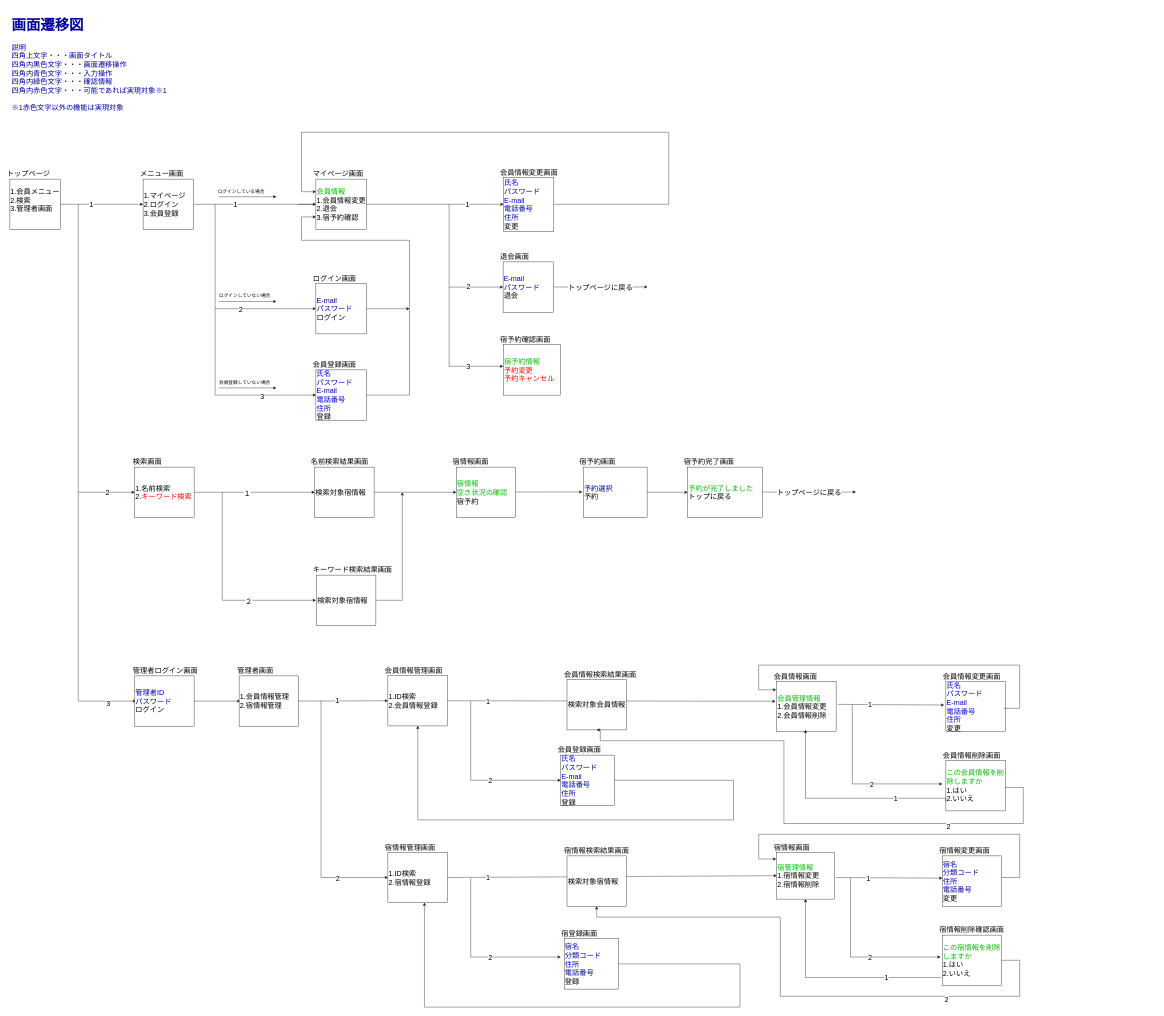
Before: 画面遷移/画面遷移図管理者視点.drawio in 2022java42-student006/document, a draw.io diagram. Source tidied: cells renumbered, new cells numbered last; positions are measured from the earlier drawing's top-left corner, leaving out a move shared by most shapes. Both pictures are drawn from the tidied source at 36%, with x=0, y=0 at pixel (6, 10).
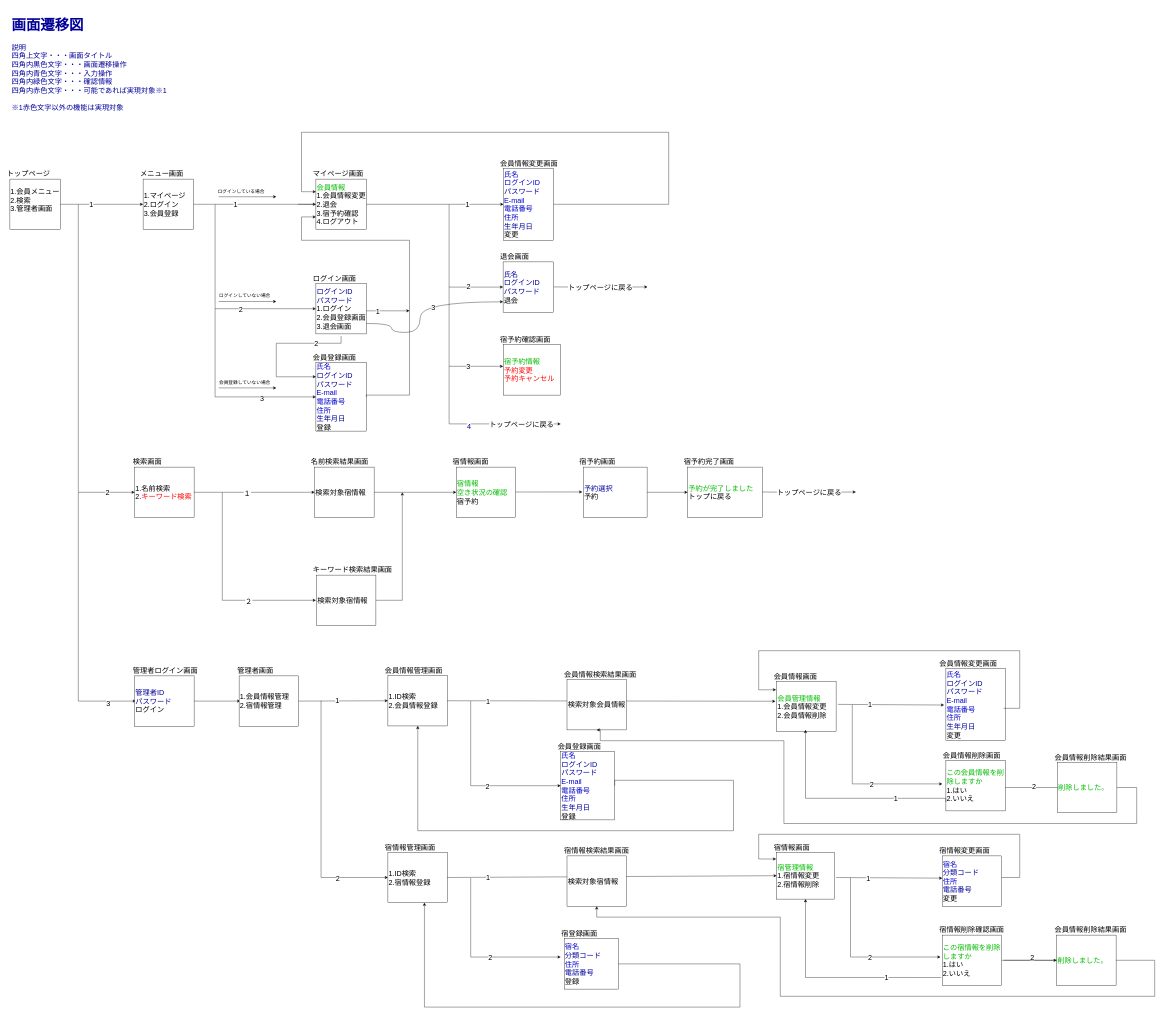
Above is the later version.

Commit message (it also covers changes not shown here):
画面遷移図ほぼ決定版

Unchanged cells that the change refers to:
```xml
<mxCell id="80" value="1.ID検索&lt;br&gt;2.会員情報登録" style="rounded=0;whiteSpace=wrap;html=1;fontSize=20;align=left;" parent="1" vertex="1">
  <mxGeometry x="1060" y="1849" width="165" height="140" as="geometry" />
</mxCell>
<mxCell id="104" value="検索対象宿情報" style="rounded=0;whiteSpace=wrap;html=1;fontSize=20;align=left;" parent="1" vertex="1">
  <mxGeometry x="1557.5" y="2350" width="165" height="140" as="geometry" />
</mxCell>
<mxCell id="106" value="検索対象会員情報" style="rounded=0;whiteSpace=wrap;html=1;fontSize=20;align=left;" parent="1" vertex="1">
  <mxGeometry x="1557.5" y="1860" width="165" height="140" as="geometry" />
</mxCell>
```

The edit, as a diff of the source:
```diff
@@
-    <mxCell id="19" value="&lt;font style=&quot;&quot; color=&quot;#0000cc&quot;&gt;氏名&lt;br&gt;&lt;/font&gt;&lt;font color=&quot;#000099&quot;&gt;パスワード&lt;/font&gt;&lt;br style=&quot;&quot;&gt;&lt;font style=&quot;&quot; color=&quot;#0000cc&quot;&gt;E-mail&lt;/font&gt;&lt;br style=&quot;&quot;&gt;&lt;font style=&quot;&quot; color=&quot;#0000cc&quot;&gt;電話番号&lt;/font&gt;&lt;br style=&quot;&quot;&gt;&lt;font style=&quot;&quot; color=&quot;#0000cc&quot;&gt;住所&lt;/font&gt;&lt;br style=&quot;&quot;&gt;登録" style="rounded=0;whiteSpace=wrap;html=1;fontSize=20;align=left;" parent="1" vertex="1">
-      <mxGeometry x="860" y="1000" width="140" height="140" as="geometry" />
+    <mxCell id="19" value="&lt;font style=&quot;&quot; color=&quot;#0000cc&quot;&gt;氏名&lt;br&gt;&lt;/font&gt;&lt;font color=&quot;#000099&quot;&gt;ログインID&lt;br&gt;パスワード&lt;/font&gt;&lt;br style=&quot;&quot;&gt;&lt;font style=&quot;&quot; color=&quot;#0000cc&quot;&gt;E-mail&lt;/font&gt;&lt;br style=&quot;&quot;&gt;&lt;font style=&quot;&quot; color=&quot;#0000cc&quot;&gt;電話番号&lt;/font&gt;&lt;br style=&quot;&quot;&gt;&lt;font style=&quot;&quot; color=&quot;#0000cc&quot;&gt;住所&lt;br&gt;&lt;/font&gt;&lt;font color=&quot;#000099&quot;&gt;生年月日&lt;/font&gt;&lt;br style=&quot;&quot;&gt;登録" style="rounded=0;whiteSpace=wrap;html=1;fontSize=20;align=left;" parent="1" vertex="1">
+      <mxGeometry x="860" y="980" width="140" height="190" as="geometry" />
     </mxCell>
     <mxCell id="20" value="会員登録画面" style="text;html=1;strokeColor=none;fillColor=none;align=left;verticalAlign=middle;whiteSpace=wrap;rounded=0;fontSize=20;" parent="1" vertex="1">
-      <mxGeometry x="850" y="970" width="140" height="30" as="geometry" />
+      <mxGeometry x="850" y="950" width="140" height="30" as="geometry" />
     </mxCell>
-    <mxCell id="21" value="&lt;font color=&quot;#0000cc&quot;&gt;氏名&lt;br&gt;&lt;/font&gt;&lt;font color=&quot;#000099&quot;&gt;パスワード&lt;/font&gt;&lt;br&gt;&lt;font color=&quot;#0000cc&quot;&gt;E-mail&lt;/font&gt;&lt;br&gt;&lt;font color=&quot;#0000cc&quot;&gt;電話番号&lt;/font&gt;&lt;br&gt;&lt;font color=&quot;#0000cc&quot;&gt;住所&lt;/font&gt;&lt;br&gt;変更" style="rounded=0;whiteSpace=wrap;html=1;fontSize=20;align=left;" parent="1" vertex="1">
-      <mxGeometry x="1381" y="465" width="140" height="150" as="geometry" />
+    <mxCell id="21" value="&lt;font color=&quot;#0000cc&quot;&gt;氏名&lt;br&gt;ログインID&lt;br&gt;&lt;/font&gt;&lt;font color=&quot;#000099&quot;&gt;パスワード&lt;/font&gt;&lt;br&gt;&lt;font color=&quot;#0000cc&quot;&gt;E-mail&lt;/font&gt;&lt;br&gt;&lt;font color=&quot;#0000cc&quot;&gt;電話番号&lt;/font&gt;&lt;br&gt;&lt;font color=&quot;#0000cc&quot;&gt;住所&lt;br&gt;&lt;/font&gt;&lt;span style=&quot;color: rgb(0, 0, 153);&quot;&gt;生年月日&lt;/span&gt;&lt;br&gt;変更" style="rounded=0;whiteSpace=wrap;html=1;fontSize=20;align=left;" parent="1" vertex="1">
+      <mxGeometry x="1381" y="440" width="139" height="200" as="geometry" />
     </mxCell>
     <mxCell id="22" value="会員情報変更画面" style="text;html=1;strokeColor=none;fillColor=none;align=left;verticalAlign=middle;whiteSpace=wrap;rounded=0;fontSize=20;" parent="1" vertex="1">
-      <mxGeometry x="1370" y="435" width="170" height="30" as="geometry" />
+      <mxGeometry x="1370" y="410" width="170" height="30" as="geometry" />
     </mxCell>
-    <mxCell id="23" value="&lt;font color=&quot;#000099&quot;&gt;E-mail&lt;br&gt;パスワード&lt;/font&gt;&lt;br&gt;退会" style="rounded=0;whiteSpace=wrap;html=1;fontSize=20;align=left;" parent="1" vertex="1">
+    <mxCell id="23" value="&lt;font color=&quot;#000099&quot;&gt;氏名&lt;br&gt;ログインID&lt;br&gt;パスワード&lt;/font&gt;&lt;br&gt;退会" style="rounded=0;whiteSpace=wrap;html=1;fontSize=20;align=left;" parent="1" vertex="1">
       <mxGeometry x="1380" y="700" width="140" height="140" as="geometry" />
     </mxCell>
@@
-    <mxCell id="35" value="&lt;font color=&quot;#000099&quot;&gt;E-mail&lt;/font&gt;&lt;br&gt;&lt;font color=&quot;#000099&quot;&gt;パスワード&lt;/font&gt;&lt;br&gt;ログイン" style="rounded=0;whiteSpace=wrap;html=1;fontSize=20;align=left;" parent="1" vertex="1">
+    <mxCell id="35" value="&lt;font color=&quot;#000099&quot;&gt;ログインID&lt;br&gt;パスワード&lt;/font&gt;&lt;br&gt;1.ログイン&lt;br&gt;2.会員登録画面&lt;br&gt;3.退会画面" style="rounded=0;whiteSpace=wrap;html=1;fontSize=20;align=left;" parent="1" vertex="1">
       <mxGeometry x="860" y="760" width="140" height="140" as="geometry" />
     </mxCell>
@@
-    <mxCell id="37" value="&lt;font color=&quot;#00bb00&quot;&gt;会員情報&lt;/font&gt;&lt;br&gt;1.会員情報変更&lt;br&gt;2.退会&lt;br&gt;3.宿予約確認" style="rounded=0;whiteSpace=wrap;html=1;fontSize=20;align=left;" parent="1" vertex="1">
+    <mxCell id="37" value="&lt;font color=&quot;#00bb00&quot;&gt;会員情報&lt;/font&gt;&lt;br&gt;1.会員情報変更&lt;br&gt;2.退会&lt;br&gt;3.宿予約確認&lt;br&gt;4.ログアウト" style="rounded=0;whiteSpace=wrap;html=1;fontSize=20;align=left;" parent="1" vertex="1">
       <mxGeometry x="860" y="470" width="140" height="140" as="geometry" />
     </mxCell>
@@
-    <mxCell id="42" style="endArrow=classic;html=1;rounded=0;fontSize=20;fontColor=#000099;elbow=vertical;exitX=1;exitY=0.5;exitDx=0;exitDy=0;" parent="1" edge="1" source="35">
-      <mxGeometry relative="1" as="geometry">
-        <mxPoint x="1120" y="830" as="targetPoint" />
-      </mxGeometry>
-    </mxCell>
@@
-    <mxCell id="92" value="&lt;font style=&quot;&quot; color=&quot;#0000cc&quot;&gt;氏名&lt;br&gt;&lt;/font&gt;&lt;font color=&quot;#000099&quot;&gt;パスワード&lt;/font&gt;&lt;br style=&quot;&quot;&gt;&lt;font style=&quot;&quot; color=&quot;#0000cc&quot;&gt;E-mail&lt;/font&gt;&lt;br style=&quot;&quot;&gt;&lt;font style=&quot;&quot; color=&quot;#0000cc&quot;&gt;電話番号&lt;/font&gt;&lt;br style=&quot;&quot;&gt;&lt;font style=&quot;&quot; color=&quot;#0000cc&quot;&gt;住所&lt;/font&gt;&lt;br style=&quot;&quot;&gt;登録" style="rounded=0;whiteSpace=wrap;html=1;fontSize=20;align=left;" parent="1" vertex="1">
-      <mxGeometry x="1540" y="2070" width="150" height="140" as="geometry" />
+    <mxCell id="92" value="&lt;font style=&quot;&quot; color=&quot;#0000cc&quot;&gt;氏名&lt;br&gt;&lt;/font&gt;&lt;font color=&quot;#000099&quot;&gt;ログインID&lt;br&gt;パスワード&lt;/font&gt;&lt;br style=&quot;&quot;&gt;&lt;font style=&quot;&quot; color=&quot;#0000cc&quot;&gt;E-mail&lt;/font&gt;&lt;br style=&quot;&quot;&gt;&lt;font style=&quot;&quot; color=&quot;#0000cc&quot;&gt;電話番号&lt;/font&gt;&lt;br style=&quot;&quot;&gt;&lt;font style=&quot;&quot; color=&quot;#0000cc&quot;&gt;住所&lt;br&gt;&lt;/font&gt;&lt;font color=&quot;#000099&quot;&gt;生年月日&lt;/font&gt;&lt;br style=&quot;&quot;&gt;登録" style="rounded=0;whiteSpace=wrap;html=1;fontSize=20;align=left;" parent="1" vertex="1">
+      <mxGeometry x="1540" y="2060" width="150" height="190" as="geometry" />
     </mxCell>
     <mxCell id="93" value="会員登録画面" style="text;html=1;strokeColor=none;fillColor=none;align=left;verticalAlign=middle;whiteSpace=wrap;rounded=0;fontSize=20;" parent="1" vertex="1">
-      <mxGeometry x="1530" y="2040" width="140" height="30" as="geometry" />
+      <mxGeometry x="1530" y="2030" width="140" height="30" as="geometry" />
     </mxCell>
@@
     <mxCell id="102" style="edgeStyle=orthogonalEdgeStyle;elbow=vertical;endArrow=classic;html=1;rounded=0;fontSize=20;fontColor=#00BB00;exitX=1;exitY=0.5;exitDx=0;exitDy=0;" parent="1" edge="1" source="92" target="80">
       <mxGeometry relative="1" as="geometry">
         <Array as="points">
+          <mxPoint x="1690" y="2140" />
           <mxPoint x="2020" y="2140" />
-          <mxPoint x="2020" y="2250" />
-          <mxPoint x="1143" y="2250" />
+          <mxPoint x="2020" y="2280" />
+          <mxPoint x="1143" y="2280" />
         </Array>
       </mxGeometry>
     </mxCell>
@@
-    <mxCell id="116" value="&lt;font style=&quot;&quot; color=&quot;#0000cc&quot;&gt;氏名&lt;br&gt;&lt;/font&gt;&lt;font style=&quot;&quot; color=&quot;#000099&quot;&gt;パスワード&lt;/font&gt;&lt;br style=&quot;&quot;&gt;&lt;font style=&quot;&quot; color=&quot;#0000cc&quot;&gt;E-mail&lt;/font&gt;&lt;br style=&quot;&quot;&gt;&lt;font style=&quot;&quot; color=&quot;#0000cc&quot;&gt;電話番号&lt;/font&gt;&lt;br style=&quot;&quot;&gt;&lt;font style=&quot;&quot; color=&quot;#0000cc&quot;&gt;住所&lt;/font&gt;&lt;br style=&quot;&quot;&gt;変更" style="rounded=0;whiteSpace=wrap;html=1;fontSize=20;align=left;" parent="1" vertex="1">
-      <mxGeometry x="2610" y="1865" width="165" height="140" as="geometry" />
+    <mxCell id="116" value="&lt;font style=&quot;&quot; color=&quot;#0000cc&quot;&gt;氏名&lt;br&gt;&lt;/font&gt;&lt;font style=&quot;&quot; color=&quot;#000099&quot;&gt;ログインID&lt;br&gt;パスワード&lt;/font&gt;&lt;br style=&quot;&quot;&gt;&lt;font style=&quot;&quot; color=&quot;#0000cc&quot;&gt;E-mail&lt;/font&gt;&lt;br style=&quot;&quot;&gt;&lt;font style=&quot;&quot; color=&quot;#0000cc&quot;&gt;電話番号&lt;/font&gt;&lt;br style=&quot;&quot;&gt;&lt;font style=&quot;&quot; color=&quot;#0000cc&quot;&gt;住所&lt;br&gt;&lt;/font&gt;&lt;span style=&quot;color: rgb(0, 0, 153);&quot;&gt;生年月日&lt;/span&gt;&lt;br style=&quot;&quot;&gt;変更" style="rounded=0;whiteSpace=wrap;html=1;fontSize=20;align=left;" parent="1" vertex="1">
+      <mxGeometry x="2610" y="1830" width="165" height="200" as="geometry" />
     </mxCell>
     <mxCell id="117" value="会員情報変更画面" style="text;html=1;strokeColor=none;fillColor=none;align=left;verticalAlign=middle;whiteSpace=wrap;rounded=0;fontSize=20;" parent="1" vertex="1">
-      <mxGeometry x="2600" y="1835" width="210" height="30" as="geometry" />
+      <mxGeometry x="2590" y="1800" width="210" height="30" as="geometry" />
     </mxCell>
@@
     <mxCell id="124" style="edgeStyle=segmentEdgeStyle;endArrow=classic;html=1;rounded=0;fontColor=#00BB00;entryX=0.5;entryY=1;entryDx=0;entryDy=0;" parent="1" edge="1" target="104">
       <mxGeometry relative="1" as="geometry">
         <mxPoint x="2765" y="2640" as="sourcePoint" />
         <Array as="points">
-          <mxPoint x="2815" y="2640" />
-          <mxPoint x="2815" y="2740" />
+          <mxPoint x="3190" y="2640" />
+          <mxPoint x="3190" y="2740" />
           <mxPoint x="2150" y="2740" />
           <mxPoint x="2150" y="2520" />
           <mxPoint x="1640" y="2520" />
         </Array>
       </mxGeometry>
     </mxCell>
     <mxCell id="125" value="2" style="edgeLabel;html=1;align=center;verticalAlign=middle;fontColor=#000000;fontSize=20;" parent="124" vertex="1">
-      <mxGeometry x="-0.55" y="6" relative="1" as="geometry" />
+      <mxGeometry x="-0.55" y="6" relative="1" as="geometry">
+        <mxPoint x="-347" y="-106" as="offset" />
+      </mxGeometry>
     </mxCell>
@@
     <mxCell id="128" style="edgeStyle=segmentEdgeStyle;endArrow=classic;html=1;rounded=0;fontColor=#00BB00;entryX=0.5;entryY=1;entryDx=0;entryDy=0;" parent="1" edge="1" target="106">
       <mxGeometry relative="1" as="geometry">
         <mxPoint x="2775" y="2160" as="sourcePoint" />
         <Array as="points">
-          <mxPoint x="2825" y="2160" />
-          <mxPoint x="2825" y="2260" />
+          <mxPoint x="3140" y="2160" />
+          <mxPoint x="3140" y="2260" />
           <mxPoint x="2160" y="2260" />
           <mxPoint x="2160" y="2030" />
           <mxPoint x="1650" y="2030" />
           <mxPoint x="1650" y="2000" />
         </Array>
       </mxGeometry>
     </mxCell>
     <mxCell id="129" value="2" style="edgeLabel;html=1;align=center;verticalAlign=middle;fontColor=#000000;fontSize=20;" parent="128" vertex="1">
-      <mxGeometry x="-0.55" y="6" relative="1" as="geometry" />
+      <mxGeometry x="-0.55" y="6" relative="1" as="geometry">
+        <mxPoint x="-250" y="-111" as="offset" />
+      </mxGeometry>
     </mxCell>
@@
     <mxCell id="133" style="edgeStyle=segmentEdgeStyle;endArrow=classic;html=1;rounded=0;fontSize=20;fontColor=#000000;entryX=-0.01;entryY=0.143;entryDx=0;entryDy=0;entryPerimeter=0;" parent="1" edge="1">
       <mxGeometry relative="1" as="geometry">
         <mxPoint x="2770" y="1940.1" as="sourcePoint" />
         <mxPoint x="2138.3" y="1888.6" as="targetPoint" />
         <Array as="points">
-          <mxPoint x="2814.9" y="1940" />
-          <mxPoint x="2814.9" y="1820" />
-          <mxPoint x="2089.9" y="1820" />
-          <mxPoint x="2089.9" y="1889" />
+          <mxPoint x="2815" y="1940" />
+          <mxPoint x="2815" y="1780" />
+          <mxPoint x="2090" y="1780" />
+          <mxPoint x="2090" y="1889" />
         </Array>
       </mxGeometry>
     </mxCell>
+    <mxCell id="134" style="endArrow=classic;html=1;rounded=0;fontSize=20;fontColor=#000099;elbow=vertical;exitX=1;exitY=0.5;exitDx=0;exitDy=0;" parent="1" edge="1">
+      <mxGeometry relative="1" as="geometry">
+        <mxPoint x="1000" y="835.9" as="sourcePoint" />
+        <mxPoint x="1120" y="835.9" as="targetPoint" />
+      </mxGeometry>
+    </mxCell>
+    <mxCell id="135" value="1" style="edgeLabel;html=1;align=center;verticalAlign=middle;fontSize=20;" parent="134" vertex="1">
+      <mxGeometry x="-0.48" relative="1" as="geometry" />
+    </mxCell>
+    <mxCell id="136" style="endArrow=classic;html=1;rounded=0;entryX=0;entryY=0.75;entryDx=0;entryDy=0;exitX=1;exitY=0.75;exitDx=0;exitDy=0;edgeStyle=orthogonalEdgeStyle;curved=1;" parent="1" edge="1">
+      <mxGeometry relative="1" as="geometry">
+        <mxPoint x="1000" y="870.9" as="sourcePoint" />
+        <mxPoint x="1380" y="810.9" as="targetPoint" />
+        <Array as="points">
+          <mxPoint x="1070" y="870.9" />
+          <mxPoint x="1070" y="895.9" />
+          <mxPoint x="1150" y="895.9" />
+          <mxPoint x="1150" y="810.9" />
+        </Array>
+      </mxGeometry>
+    </mxCell>
+    <mxCell id="137" value="3" style="edgeLabel;html=1;align=center;verticalAlign=middle;fontSize=20;" parent="136" vertex="1">
+      <mxGeometry x="0.21" y="-15" relative="1" as="geometry">
+        <mxPoint x="-1" as="offset" />
+      </mxGeometry>
+    </mxCell>
+    <mxCell id="138" style="edgeStyle=orthogonalEdgeStyle;endArrow=classic;html=1;rounded=0;fontSize=20;exitX=0.5;exitY=1;exitDx=0;exitDy=0;entryX=0.001;entryY=0.094;entryDx=0;entryDy=0;entryPerimeter=0;" parent="1" edge="1">
+      <mxGeometry relative="1" as="geometry">
+        <mxPoint x="930" y="905.9" as="sourcePoint" />
+        <mxPoint x="860.1" y="1019.1" as="targetPoint" />
+        <Array as="points">
+          <mxPoint x="930" y="926" />
+          <mxPoint x="750" y="926" />
+          <mxPoint x="750" y="1019" />
+        </Array>
+      </mxGeometry>
+    </mxCell>
+    <mxCell id="139" value="2" style="edgeLabel;html=1;align=center;verticalAlign=middle;fontSize=20;" parent="138" vertex="1">
+      <mxGeometry x="-0.56" y="-1" relative="1" as="geometry">
+        <mxPoint x="-1" as="offset" />
+      </mxGeometry>
+    </mxCell>
+    <mxCell id="140" style="endArrow=classic;html=1;rounded=0;fontColor=#000099;edgeStyle=elbowEdgeStyle;" parent="1" edge="1">
+      <mxGeometry relative="1" as="geometry">
+        <mxPoint x="1230" y="990" as="sourcePoint" />
+        <mxPoint x="1540" y="1150" as="targetPoint" />
+        <Array as="points">
+          <mxPoint x="1230" y="1150" />
+        </Array>
+      </mxGeometry>
+    </mxCell>
+    <mxCell id="141" value="4" style="edgeLabel;html=1;align=center;verticalAlign=middle;fontColor=#000099;fontSize=20;" parent="140" vertex="1">
+      <mxGeometry x="-0.09" y="-6" relative="1" as="geometry" />
+    </mxCell>
+    <mxCell id="142" value="トップページに戻る" style="edgeLabel;html=1;align=center;verticalAlign=middle;fontSize=20;fontColor=#000000;" parent="140" vertex="1">
+      <mxGeometry x="0.4" y="1" relative="1" as="geometry">
+        <mxPoint x="31" as="offset" />
+      </mxGeometry>
+    </mxCell>
+    <mxCell id="143" value="&lt;font color=&quot;#00bb00&quot;&gt;削除しました。&lt;/font&gt;&lt;br&gt;" style="rounded=0;whiteSpace=wrap;html=1;fontSize=20;align=left;" parent="1" vertex="1">
+      <mxGeometry x="2920" y="2090" width="165" height="140" as="geometry" />
+    </mxCell>
+    <mxCell id="144" value="会員情報削除結果画面" style="text;html=1;strokeColor=none;fillColor=none;align=left;verticalAlign=middle;whiteSpace=wrap;rounded=0;fontSize=20;" parent="1" vertex="1">
+      <mxGeometry x="2910" y="2060" width="210" height="30" as="geometry" />
+    </mxCell>
+    <mxCell id="145" style="edgeStyle=orthogonalEdgeStyle;curved=1;rounded=0;jettySize=auto;html=1;fontSize=30;fontColor=#000099;entryX=0;entryY=0.5;entryDx=0;entryDy=0;" parent="1" edge="1" target="146">
+      <mxGeometry relative="1" as="geometry">
+        <mxPoint x="2770" y="2640" as="sourcePoint" />
+        <Array as="points">
+          <mxPoint x="2840" y="2640" />
+          <mxPoint x="2840" y="2640" />
+        </Array>
+      </mxGeometry>
+    </mxCell>
+    <mxCell id="146" value="&lt;font color=&quot;#00bb00&quot;&gt;削除しました。&lt;/font&gt;&lt;br&gt;" style="rounded=0;whiteSpace=wrap;html=1;fontSize=20;align=left;" parent="1" vertex="1">
+      <mxGeometry x="2917.8" y="2570" width="165" height="140" as="geometry" />
+    </mxCell>
+    <mxCell id="147" value="会員情報削除結果画面" style="text;html=1;strokeColor=none;fillColor=none;align=left;verticalAlign=middle;whiteSpace=wrap;rounded=0;fontSize=20;" parent="1" vertex="1">
+      <mxGeometry x="2910" y="2540" width="210" height="30" as="geometry" />
+    </mxCell>
```
